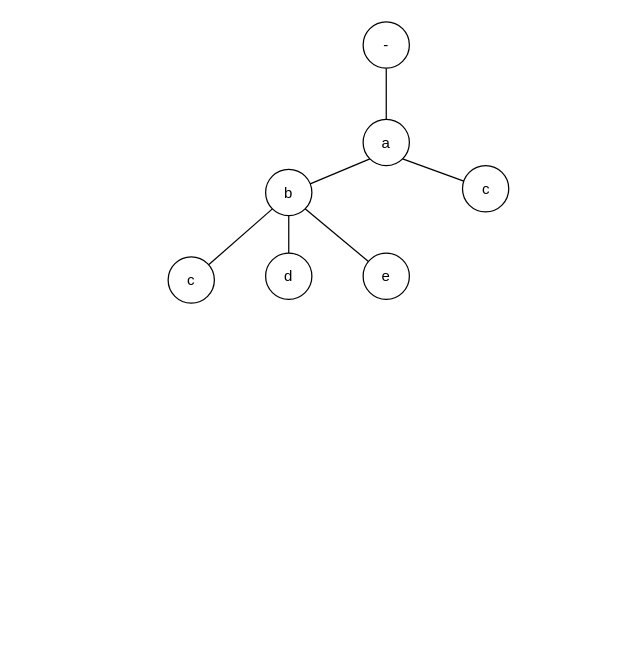
Earlier version of the draw.io diagram IWSqifa.drawio (LiLiJacky/graphData). Source tidied: cells renumbered, new cells numbered last; positions are measured from the earlier drawing's top-left corner, leaving out a move shared by most shapes. Both pictures are drawn from the tidied source at 125%, with x=0, y=0 at pixel (168, 21).
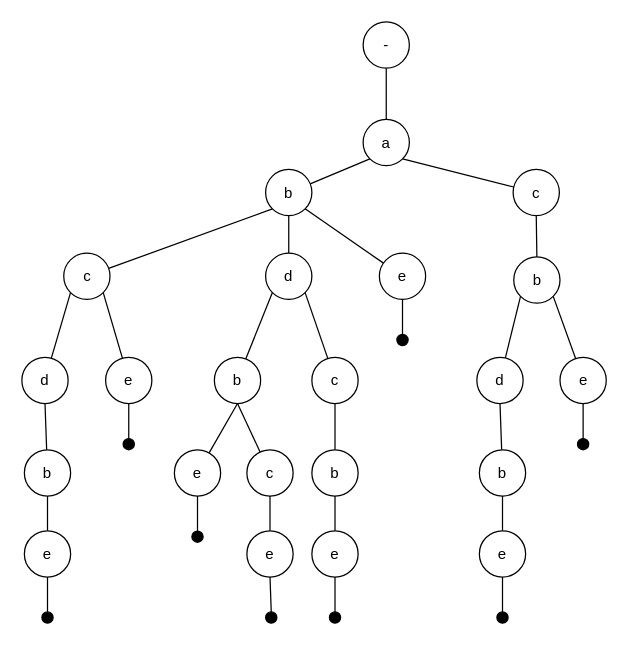
The same diagram, later.

The change refers to these unchanged cells:
```xml
<mxCell id="12" value="d" style="ellipse;whiteSpace=wrap;html=1;" parent="1" vertex="1">
  <mxGeometry x="78" y="185" width="37" height="37" as="geometry" />
</mxCell>
```

The edit, as a diff of the source:
```diff
@@
     <mxCell id="8" value="c" style="ellipse;whiteSpace=wrap;html=1;" parent="1" vertex="1">
-      <mxGeometry x="235.5" y="115" width="37" height="37" as="geometry" />
+      <mxGeometry x="276" y="118" width="37" height="37" as="geometry" />
     </mxCell>
@@
     <mxCell id="10" value="c" style="ellipse;whiteSpace=wrap;html=1;" parent="1" vertex="1">
-      <mxGeometry y="188" width="37" height="37" as="geometry" />
+      <mxGeometry x="-83.5" y="185" width="37" height="37" as="geometry" />
     </mxCell>
@@
     <mxCell id="14" value="e" style="ellipse;whiteSpace=wrap;html=1;" parent="1" vertex="1">
-      <mxGeometry x="156" y="185" width="37" height="37" as="geometry" />
+      <mxGeometry x="169" y="185" width="37" height="37" as="geometry" />
     </mxCell>
+    <mxCell id="15" style="rounded=0;jettySize=auto;html=1;strokeColor=default;endArrow=none;endFill=0;exitX=0.5;exitY=1;exitDx=0;exitDy=0;" parent="1" edge="1" source="8" target="16">
+      <mxGeometry relative="1" as="geometry" />
+    </mxCell>
+    <mxCell id="16" value="b" style="ellipse;whiteSpace=wrap;html=1;" parent="1" vertex="1">
+      <mxGeometry x="276.5" y="188" width="37" height="37" as="geometry" />
+    </mxCell>
+    <mxCell id="17" style="rounded=0;jettySize=auto;html=1;strokeColor=default;endArrow=none;endFill=0;exitX=0;exitY=1;exitDx=0;exitDy=0;" parent="1" edge="1" source="10" target="18">
+      <mxGeometry relative="1" as="geometry" />
+    </mxCell>
+    <mxCell id="18" value="d" style="ellipse;whiteSpace=wrap;html=1;" parent="1" vertex="1">
+      <mxGeometry x="-117" y="268.3" width="37" height="37" as="geometry" />
+    </mxCell>
+    <mxCell id="19" style="rounded=0;jettySize=auto;html=1;strokeColor=default;endArrow=none;endFill=0;exitX=1;exitY=1;exitDx=0;exitDy=0;" parent="1" edge="1" source="10" target="20">
+      <mxGeometry relative="1" as="geometry" />
+    </mxCell>
+    <mxCell id="20" value="e" style="ellipse;whiteSpace=wrap;html=1;" parent="1" vertex="1">
+      <mxGeometry x="-50" y="268.3" width="37" height="37" as="geometry" />
+    </mxCell>
+    <mxCell id="21" style="rounded=0;jettySize=auto;html=1;strokeColor=default;endArrow=none;endFill=0;exitX=0.5;exitY=1;exitDx=0;exitDy=0;" parent="1" edge="1" source="18" target="22">
+      <mxGeometry relative="1" as="geometry" />
+    </mxCell>
+    <mxCell id="22" value="b" style="ellipse;whiteSpace=wrap;html=1;" parent="1" vertex="1">
+      <mxGeometry x="-115" y="342.3" width="37" height="37" as="geometry" />
+    </mxCell>
+    <mxCell id="23" style="rounded=0;jettySize=auto;html=1;strokeColor=default;endArrow=none;endFill=0;exitX=0.5;exitY=1;exitDx=0;exitDy=0;" parent="1" edge="1" source="22" target="24">
+      <mxGeometry relative="1" as="geometry" />
+    </mxCell>
+    <mxCell id="24" value="e" style="ellipse;whiteSpace=wrap;html=1;" parent="1" vertex="1">
+      <mxGeometry x="-115" y="407.1" width="37" height="37" as="geometry" />
+    </mxCell>
+    <mxCell id="25" style="rounded=0;jettySize=auto;html=1;strokeColor=default;endArrow=none;endFill=0;exitX=0;exitY=1;exitDx=0;exitDy=0;" parent="1" edge="1" source="12" target="26">
+      <mxGeometry relative="1" as="geometry" />
+    </mxCell>
+    <mxCell id="26" value="b" style="ellipse;whiteSpace=wrap;html=1;" parent="1" vertex="1">
+      <mxGeometry x="37" y="268.3" width="37" height="37" as="geometry" />
+    </mxCell>
+    <mxCell id="27" style="rounded=0;jettySize=auto;html=1;strokeColor=default;endArrow=none;endFill=0;exitX=1;exitY=1;exitDx=0;exitDy=0;" parent="1" edge="1" source="12" target="28">
+      <mxGeometry relative="1" as="geometry" />
+    </mxCell>
+    <mxCell id="28" value="c" style="ellipse;whiteSpace=wrap;html=1;" parent="1" vertex="1">
+      <mxGeometry x="115" y="268.3" width="37" height="37" as="geometry" />
+    </mxCell>
+    <mxCell id="29" style="rounded=0;jettySize=auto;html=1;strokeColor=default;endArrow=none;endFill=0;exitX=0.5;exitY=1;exitDx=0;exitDy=0;" parent="1" edge="1" source="26" target="30">
+      <mxGeometry relative="1" as="geometry" />
+    </mxCell>
+    <mxCell id="30" value="e" style="ellipse;whiteSpace=wrap;html=1;" parent="1" vertex="1">
+      <mxGeometry x="5" y="342.3" width="37" height="37" as="geometry" />
+    </mxCell>
+    <mxCell id="31" style="rounded=0;jettySize=auto;html=1;strokeColor=default;endArrow=none;endFill=0;exitX=0.5;exitY=1;exitDx=0;exitDy=0;" parent="1" edge="1" source="26" target="32">
+      <mxGeometry relative="1" as="geometry" />
+    </mxCell>
+    <mxCell id="32" value="c" style="ellipse;whiteSpace=wrap;html=1;" parent="1" vertex="1">
+      <mxGeometry x="63" y="342.3" width="37" height="37" as="geometry" />
+    </mxCell>
+    <mxCell id="33" style="rounded=0;jettySize=auto;html=1;strokeColor=default;endArrow=none;endFill=0;exitX=0.5;exitY=1;exitDx=0;exitDy=0;" parent="1" edge="1" source="32" target="34">
+      <mxGeometry relative="1" as="geometry" />
+    </mxCell>
+    <mxCell id="34" value="e" style="ellipse;whiteSpace=wrap;html=1;" parent="1" vertex="1">
+      <mxGeometry x="63" y="407.1" width="37" height="37" as="geometry" />
+    </mxCell>
+    <mxCell id="35" style="rounded=0;jettySize=auto;html=1;strokeColor=default;endArrow=none;endFill=0;exitX=0.5;exitY=1;exitDx=0;exitDy=0;" parent="1" edge="1" source="28" target="36">
+      <mxGeometry relative="1" as="geometry" />
+    </mxCell>
+    <mxCell id="36" value="b" style="ellipse;whiteSpace=wrap;html=1;" parent="1" vertex="1">
+      <mxGeometry x="115" y="342.3" width="37" height="37" as="geometry" />
+    </mxCell>
+    <mxCell id="37" style="rounded=0;jettySize=auto;html=1;strokeColor=default;endArrow=none;endFill=0;exitX=0.5;exitY=1;exitDx=0;exitDy=0;" parent="1" edge="1" source="36" target="38">
+      <mxGeometry relative="1" as="geometry" />
+    </mxCell>
+    <mxCell id="38" value="e" style="ellipse;whiteSpace=wrap;html=1;" parent="1" vertex="1">
+      <mxGeometry x="115" y="407.1" width="37" height="37" as="geometry" />
+    </mxCell>
+    <mxCell id="39" style="rounded=0;jettySize=auto;html=1;strokeColor=default;endArrow=none;endFill=0;exitX=0;exitY=1;exitDx=0;exitDy=0;" parent="1" edge="1" source="16" target="40">
+      <mxGeometry relative="1" as="geometry" />
+    </mxCell>
+    <mxCell id="40" value="d" style="ellipse;whiteSpace=wrap;html=1;" parent="1" vertex="1">
+      <mxGeometry x="247" y="268.3" width="37" height="37" as="geometry" />
+    </mxCell>
+    <mxCell id="41" style="rounded=0;jettySize=auto;html=1;strokeColor=default;endArrow=none;endFill=0;exitX=0.5;exitY=1;exitDx=0;exitDy=0;" parent="1" edge="1" source="40" target="42">
+      <mxGeometry relative="1" as="geometry" />
+    </mxCell>
+    <mxCell id="42" value="b" style="ellipse;whiteSpace=wrap;html=1;" parent="1" vertex="1">
+      <mxGeometry x="249" y="342.3" width="37" height="37" as="geometry" />
+    </mxCell>
+    <mxCell id="43" style="rounded=0;jettySize=auto;html=1;strokeColor=default;endArrow=none;endFill=0;exitX=0.5;exitY=1;exitDx=0;exitDy=0;" parent="1" edge="1" source="42" target="44">
+      <mxGeometry relative="1" as="geometry" />
+    </mxCell>
+    <mxCell id="44" value="e" style="ellipse;whiteSpace=wrap;html=1;" parent="1" vertex="1">
+      <mxGeometry x="249" y="407.1" width="37" height="37" as="geometry" />
+    </mxCell>
+    <mxCell id="45" style="rounded=0;jettySize=auto;html=1;strokeColor=default;endArrow=none;endFill=0;exitX=1;exitY=1;exitDx=0;exitDy=0;" parent="1" edge="1" source="16" target="46">
+      <mxGeometry relative="1" as="geometry" />
+    </mxCell>
+    <mxCell id="46" value="e" style="ellipse;whiteSpace=wrap;html=1;" parent="1" vertex="1">
+      <mxGeometry x="313.5" y="268.3" width="37" height="37" as="geometry" />
+    </mxCell>
+    <mxCell id="47" style="ellipse;whiteSpace=wrap;html=1;labelBackgroundColor=#000000;fillColor=#000000;" parent="1" vertex="1">
+      <mxGeometry x="-101" y="472" width="9" height="9" as="geometry" />
+    </mxCell>
+    <mxCell id="48" style="rounded=0;jettySize=auto;html=1;strokeColor=default;endArrow=none;endFill=0;exitX=0.5;exitY=1;exitDx=0;exitDy=0;entryX=0.5;entryY=0;entryDx=0;entryDy=0;" parent="1" edge="1" source="24" target="47">
+      <mxGeometry relative="1" as="geometry" />
+    </mxCell>
+    <mxCell id="49" style="ellipse;whiteSpace=wrap;html=1;labelBackgroundColor=#000000;fillColor=#000000;direction=south;" parent="1" vertex="1">
+      <mxGeometry x="-36" y="333.3" width="9" height="9" as="geometry" />
+    </mxCell>
+    <mxCell id="50" style="rounded=0;jettySize=auto;html=1;strokeColor=default;endArrow=none;endFill=0;exitX=0.5;exitY=1;exitDx=0;exitDy=0;entryX=0;entryY=0.5;entryDx=0;entryDy=0;" parent="1" edge="1" source="20" target="49">
+      <mxGeometry relative="1" as="geometry" />
+    </mxCell>
+    <mxCell id="51" style="ellipse;whiteSpace=wrap;html=1;labelBackgroundColor=#000000;fillColor=#000000;direction=south;" parent="1" vertex="1">
+      <mxGeometry x="19" y="407.3" width="9" height="9" as="geometry" />
+    </mxCell>
+    <mxCell id="52" style="rounded=0;jettySize=auto;html=1;strokeColor=default;endArrow=none;endFill=0;entryX=0;entryY=0.5;entryDx=0;entryDy=0;" parent="1" edge="1" source="30" target="51">
+      <mxGeometry relative="1" as="geometry" />
+    </mxCell>
+    <mxCell id="53" style="ellipse;whiteSpace=wrap;html=1;labelBackgroundColor=#000000;fillColor=#000000;direction=south;" parent="1" vertex="1">
+      <mxGeometry x="78" y="472" width="9" height="9" as="geometry" />
+    </mxCell>
+    <mxCell id="54" style="ellipse;whiteSpace=wrap;html=1;labelBackgroundColor=#000000;fillColor=#000000;direction=south;" parent="1" vertex="1">
+      <mxGeometry x="129" y="472" width="9" height="9" as="geometry" />
+    </mxCell>
+    <mxCell id="55" style="ellipse;whiteSpace=wrap;html=1;labelBackgroundColor=#000000;fillColor=#000000;direction=south;" parent="1" vertex="1">
+      <mxGeometry x="183" y="250" width="9" height="9" as="geometry" />
+    </mxCell>
+    <mxCell id="56" style="ellipse;whiteSpace=wrap;html=1;labelBackgroundColor=#000000;fillColor=#000000;direction=south;" parent="1" vertex="1">
+      <mxGeometry x="263" y="472" width="9" height="9" as="geometry" />
+    </mxCell>
+    <mxCell id="57" style="ellipse;whiteSpace=wrap;html=1;labelBackgroundColor=#000000;fillColor=#000000;direction=south;" parent="1" vertex="1">
+      <mxGeometry x="327.5" y="333.3" width="9" height="9" as="geometry" />
+    </mxCell>
+    <mxCell id="58" style="rounded=0;jettySize=auto;html=1;strokeColor=default;endArrow=none;endFill=0;entryX=0;entryY=0.5;entryDx=0;entryDy=0;exitX=0.5;exitY=1;exitDx=0;exitDy=0;" parent="1" edge="1" source="14" target="55">
+      <mxGeometry relative="1" as="geometry" />
+    </mxCell>
+    <mxCell id="59" style="rounded=0;jettySize=auto;html=1;strokeColor=default;endArrow=none;endFill=0;entryX=0;entryY=0.5;entryDx=0;entryDy=0;exitX=0.5;exitY=1;exitDx=0;exitDy=0;" parent="1" edge="1" source="34" target="53">
+      <mxGeometry relative="1" as="geometry" />
+    </mxCell>
+    <mxCell id="60" style="rounded=0;jettySize=auto;html=1;strokeColor=default;endArrow=none;endFill=0;entryX=0;entryY=0.5;entryDx=0;entryDy=0;exitX=0.5;exitY=1;exitDx=0;exitDy=0;" parent="1" edge="1" source="38" target="54">
+      <mxGeometry relative="1" as="geometry" />
+    </mxCell>
+    <mxCell id="61" style="rounded=0;jettySize=auto;html=1;strokeColor=default;endArrow=none;endFill=0;entryX=0;entryY=0.5;entryDx=0;entryDy=0;exitX=0.5;exitY=1;exitDx=0;exitDy=0;" parent="1" edge="1" source="44" target="56">
+      <mxGeometry relative="1" as="geometry" />
+    </mxCell>
+    <mxCell id="62" style="rounded=0;jettySize=auto;html=1;strokeColor=default;endArrow=none;endFill=0;entryX=0;entryY=0.5;entryDx=0;entryDy=0;exitX=0.5;exitY=1;exitDx=0;exitDy=0;" parent="1" edge="1" source="46" target="57">
+      <mxGeometry relative="1" as="geometry" />
+    </mxCell>
```
